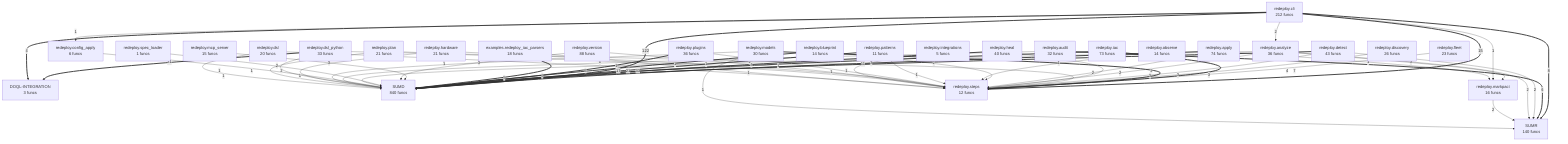
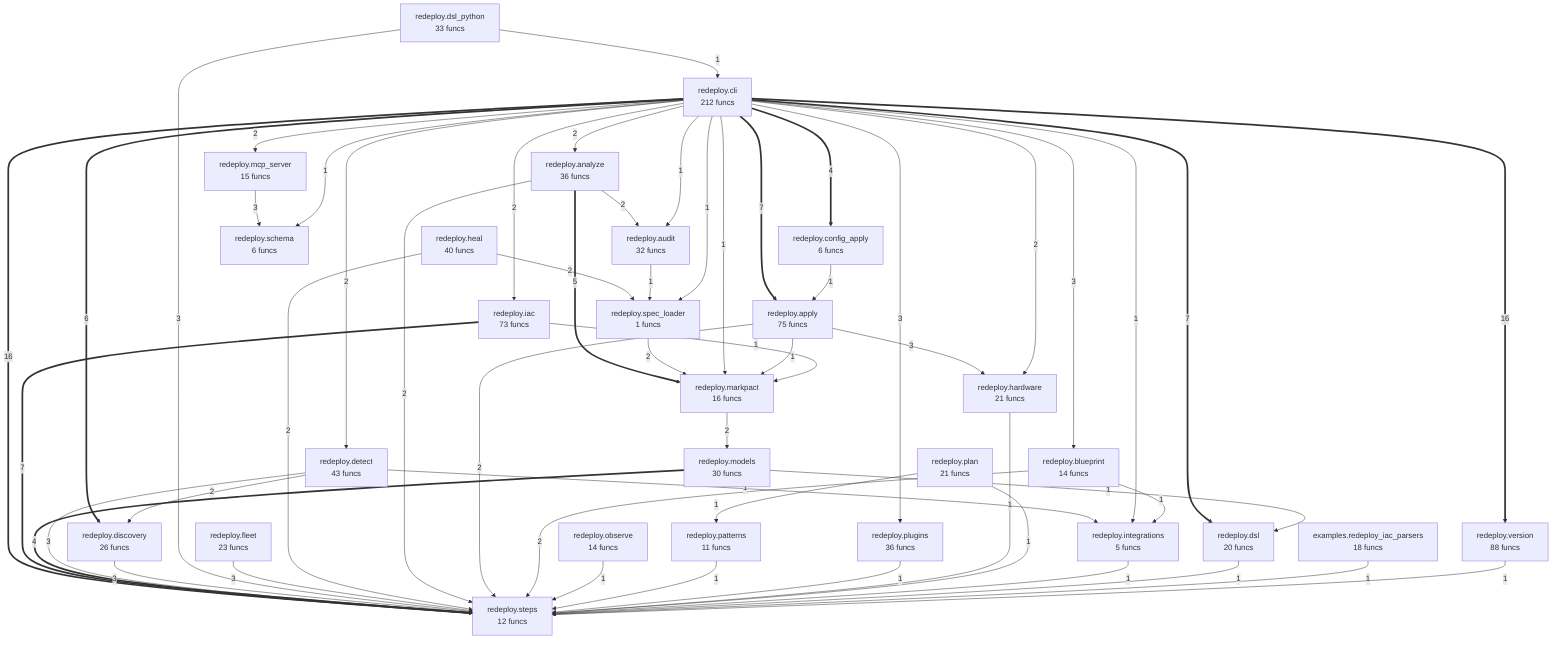
flowchart TD
-     DOQL_INTEGRATION["DOQL-INTEGRATION<br/>3 funcs"]
-     SUMD["SUMD<br/>840 funcs"]
-     SUMR["SUMR<br/>140 funcs"]
+ %% generated in 0.02s
    examples__redeploy_iac_parsers["examples.redeploy_iac_parsers<br/>18 funcs"]
    redeploy__analyze["redeploy.analyze<br/>36 funcs"]
-     redeploy__apply["redeploy.apply<br/>74 funcs"]
+     redeploy__apply["redeploy.apply<br/>75 funcs"]
    redeploy__audit["redeploy.audit<br/>32 funcs"]
    redeploy__blueprint["redeploy.blueprint<br/>14 funcs"]
    redeploy__cli["redeploy.cli<br/>212 funcs"]
    redeploy__config_apply["redeploy.config_apply<br/>6 funcs"]
    redeploy__detect["redeploy.detect<br/>43 funcs"]
    redeploy__discovery["redeploy.discovery<br/>26 funcs"]
    redeploy__dsl["redeploy.dsl<br/>20 funcs"]
    redeploy__dsl_python["redeploy.dsl_python<br/>33 funcs"]
    redeploy__fleet["redeploy.fleet<br/>23 funcs"]
    redeploy__hardware["redeploy.hardware<br/>21 funcs"]
    redeploy__heal["redeploy.heal<br/>40 funcs"]
    redeploy__iac["redeploy.iac<br/>73 funcs"]
    redeploy__integrations["redeploy.integrations<br/>5 funcs"]
    redeploy__markpact["redeploy.markpact<br/>16 funcs"]
    redeploy__mcp_server["redeploy.mcp_server<br/>15 funcs"]
    redeploy__models["redeploy.models<br/>30 funcs"]
    redeploy__observe["redeploy.observe<br/>14 funcs"]
    redeploy__patterns["redeploy.patterns<br/>11 funcs"]
    redeploy__plan["redeploy.plan<br/>21 funcs"]
    redeploy__plugins["redeploy.plugins<br/>36 funcs"]
+     redeploy__schema["redeploy.schema<br/>6 funcs"]
    redeploy__spec_loader["redeploy.spec_loader<br/>1 funcs"]
    redeploy__steps["redeploy.steps<br/>12 funcs"]
    redeploy__version["redeploy.version<br/>88 funcs"]
-     redeploy__cli ==>|122| SUMD
-     redeploy__apply ==>|33| SUMD
-     redeploy__heal ==>|21| SUMD
-     redeploy__dsl_python ==>|21| DOQL_INTEGRATION
-     redeploy__patterns ==>|17| SUMD
-     redeploy__cli ==>|15| redeploy__steps
-     redeploy__detect ==>|11| SUMD
-     redeploy__cli ==>|8| SUMR
-     redeploy__iac ==>|7| SUMD
+     redeploy__cli ==>|16| redeploy__steps
+     redeploy__cli ==>|16| redeploy__version
+     redeploy__cli ==>|7| redeploy__dsl
+     redeploy__cli ==>|7| redeploy__apply
    redeploy__iac ==>|7| redeploy__steps
-     redeploy__audit ==>|6| SUMR
-     redeploy__plugins ==>|6| SUMD
-     redeploy__blueprint ==>|6| SUMD
-     examples__redeploy_iac_parsers ==>|5| SUMD
+     redeploy__cli ==>|6| redeploy__discovery
+     redeploy__analyze ==>|5| redeploy__markpact
+     redeploy__cli ==>|4| redeploy__config_apply
    redeploy__models ==>|4| redeploy__steps
-     redeploy__cli ==>|4| DOQL_INTEGRATION
+     redeploy__mcp_server -->|3| redeploy__schema
+     redeploy__detect -->|3| redeploy__steps
+     redeploy__discovery -->|3| redeploy__steps
+     redeploy__cli -->|3| redeploy__plugins
+     redeploy__cli -->|3| redeploy__blueprint
+     redeploy__dsl_python -->|3| redeploy__steps
+     redeploy__apply -->|3| redeploy__hardware
    redeploy__fleet -->|3| redeploy__steps
-     redeploy__discovery -->|3| redeploy__steps
-     redeploy__mcp_server -->|3| SUMD
-     redeploy__detect -->|3| redeploy__steps
-     redeploy__analyze -->|3| redeploy__markpact
-     redeploy__dsl_python -->|3| redeploy__steps
-     redeploy__version -->|3| SUMD
    redeploy__heal -->|2| redeploy__steps
-     redeploy__spec_loader -->|2| SUMD
-     redeploy__detect -->|2| SUMR
+     redeploy__heal -->|2| redeploy__spec_loader
+     redeploy__spec_loader -->|2| redeploy__markpact
+     redeploy__analyze -->|2| redeploy__audit
    redeploy__analyze -->|2| redeploy__steps
-     redeploy__analyze -->|2| SUMD
-     redeploy__analyze -->|2| SUMR
-     redeploy__config_apply -->|2| SUMD
+     redeploy__cli -->|2| redeploy__mcp_server
+     redeploy__cli -->|2| redeploy__detect
+     redeploy__cli -->|2| redeploy__hardware
    redeploy__cli -->|2| redeploy__analyze
-     redeploy__markpact -->|2| SUMR
+     redeploy__detect -->|2| redeploy__discovery
+     redeploy__cli -->|2| redeploy__iac
+     redeploy__markpact -->|2| redeploy__models
    redeploy__apply -->|2| redeploy__steps
    redeploy__blueprint -->|2| redeploy__steps
    redeploy__observe -->|1| redeploy__steps
    redeploy__patterns -->|1| redeploy__steps
-     redeploy__audit -->|1| SUMD
-     redeploy__models -->|1| SUMD
-     redeploy__models -->|1| SUMR
+     redeploy__detect -->|1| redeploy__integrations
+     redeploy__config_apply -->|1| redeploy__apply
+     redeploy__audit -->|1| redeploy__spec_loader
+     redeploy__cli -->|1| redeploy__spec_loader
    redeploy__cli -->|1| redeploy__markpact
-     redeploy__cli -->|1| redeploy__config_apply
+     redeploy__cli -->|1| redeploy__integrations
+     redeploy__cli -->|1| redeploy__audit
    redeploy__plugins -->|1| redeploy__steps
-     redeploy__dsl_python -->|1| SUMD
-     redeploy__hardware -->|1| SUMD
+     redeploy__dsl_python -->|1| redeploy__cli
    redeploy__hardware -->|1| redeploy__steps
    redeploy__apply -->|1| redeploy__markpact
-     redeploy__version -->|1| redeploy__steps
+     redeploy__blueprint -->|1| redeploy__integrations
    redeploy__plan -->|1| redeploy__steps
-     redeploy__plan -->|1| SUMD
+     redeploy__plan -->|1| redeploy__patterns
    redeploy__integrations -->|1| redeploy__steps
    redeploy__dsl -->|1| redeploy__steps
-     redeploy__dsl -->|1| SUMD
+     redeploy__iac -->|1| redeploy__markpact
    examples__redeploy_iac_parsers -->|1| redeploy__steps
+     redeploy__models -->|1| redeploy__dsl
+     redeploy__version -->|1| redeploy__steps
+     redeploy__cli -->|1| redeploy__schema
